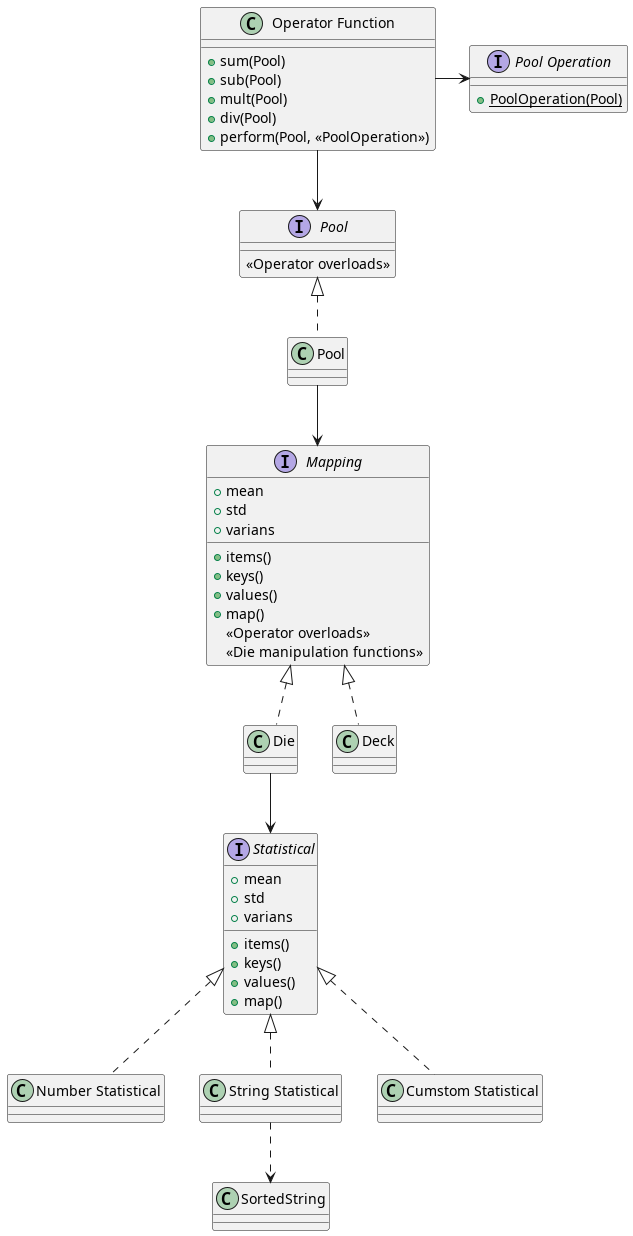
Above: docs/System.png in daplhall/dicechanics (PlantUML), before the change.
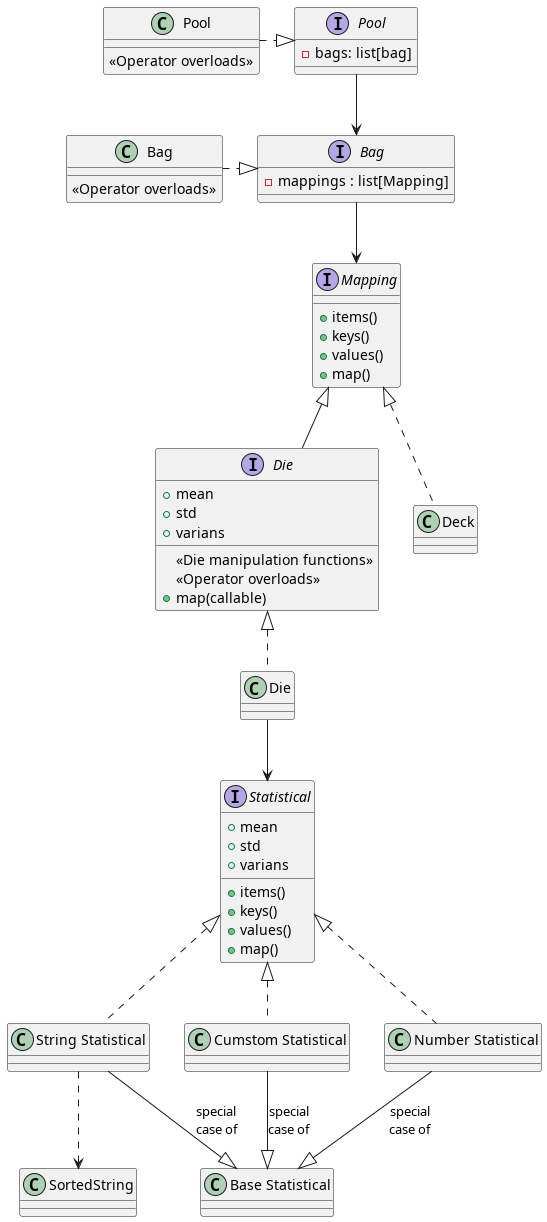
After the change.

Diff of the diagram source:
```diff
@@ -1,31 +1,33 @@
 @startuml System
 top to bottom direction
-class "Operator Function" as opsfunc
-{
-    +sum(Pool)
-    +sub(Pool)
-    +mult(Pool)
-    +div(Pool)
-    +perform(Pool, <<PoolOperation>>)
+class Die{
 }
-class Die
-class Pool
+class Pool{
+    {method}<<Operator overloads>>
+}
+class Bag{
+    {method}<<Operator overloads>>
+}
 class "Number Statistical" as numstat
 class "String Statistical" as strstat
 class "Cumstom Statistical" as customstat
+class "Base Statistical" as basestat
+interface "Die" as die{
+    {method}<<Die manipulation functions>>
+    {method}<<Operator overloads>>
+    +map(callable)
+    + mean
+    + std
+    + varians
+}
 interface "Pool" as pool {
-    {method}<<Operator overloads>>
+    - bags: list[bag]
 }
-interface "Mapping" as mappping{
+interface "Mapping" as mapping{
     + items()
     + keys()
     + values()
     + map()
-    {method}<<Operator overloads>>
-    {method}<<Die manipulation functions>>
-    + mean
-    + std
-    + varians
 }
 interface Statistical{
     + items()
@@ -36,19 +38,23 @@
     + std
     + varians
 }
-interface "Pool Operation" as poolops{
-    + {static} PoolOperation(Pool)
+interface "Bag" as bag{
+    - mappings : list[Mapping]
 }
 
-opsfunc -> poolops
-opsfunc --> pool
-Pool .up.|> pool
-Pool --> mappping
-Die .up.|> mappping
-Deck .up.|> mappping
+Pool .|> pool
+pool --> bag
+Bag .|> bag
+bag -down-> mapping
+Die .up.|> die
+Deck .up.|> mapping
 Die --> Statistical
+die -up-|> mapping
 numstat .up.|> Statistical
 strstat .up.|> Statistical
 customstat .up.|> Statistical
+numstat --|> basestat: special\ncase of
+strstat --|> basestat: special\ncase of
+customstat --|> basestat :special\ncase of
 strstat ..> SortedString
 @enduml
```
